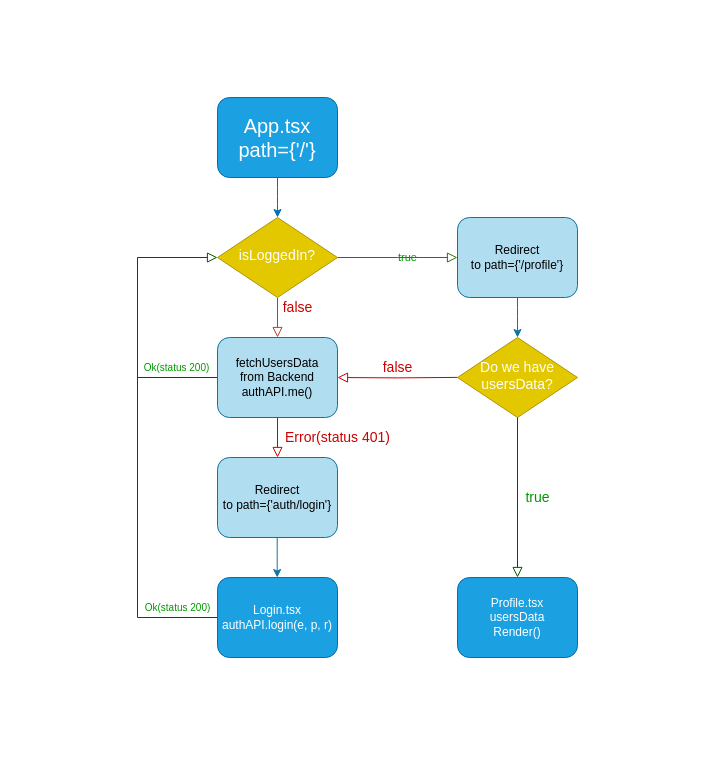
Before: Untitled Diagram.drawio in collabincubator/incu-cards, a draw.io diagram. Source tidied: cells renumbered, new cells numbered last; positions are measured from the earlier drawing's top-left corner, leaving out a move shared by most shapes. Both pictures are drawn from the tidied source at 100%, with x=0, y=0 at pixel (137, 97).
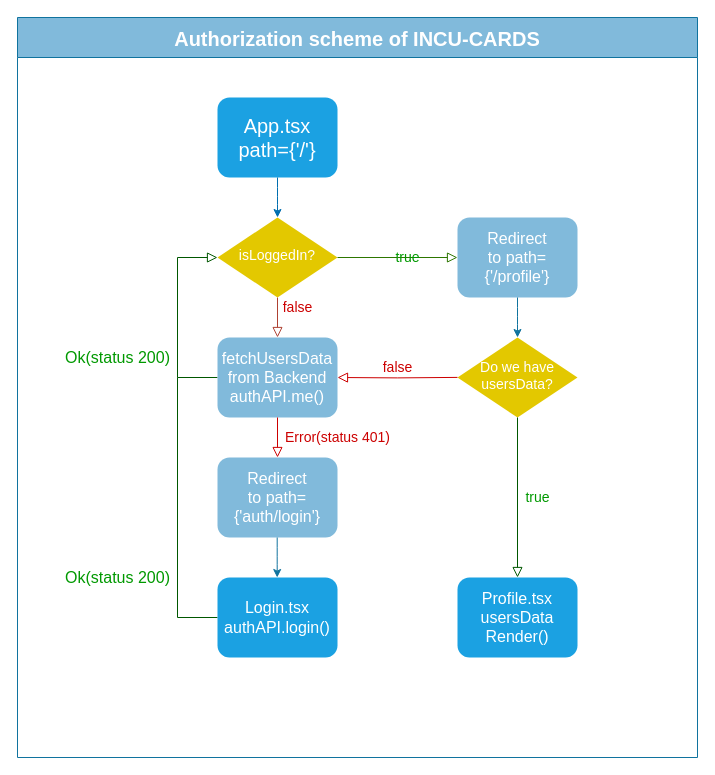
After the change.

The edit, as a diff of the source:
```diff
@@
-    <mxCell id="2" value="App.tsx&lt;br style=&quot;font-size: 20px;&quot;&gt;path={'/'}" style="rounded=1;whiteSpace=wrap;html=1;fontSize=20;glass=0;strokeWidth=1;shadow=0;fillColor=#1ba1e2;strokeColor=#006EAF;fontColor=#ffffff;" parent="1" vertex="1">
+    <mxCell id="2" value="App.tsx&lt;br style=&quot;font-size: 20px;&quot;&gt;path={'/'}" style="rounded=1;whiteSpace=wrap;html=1;fontSize=20;glass=0;strokeWidth=1;shadow=0;fillColor=#1ba1e2;fontColor=#ffffff;strokeColor=none;" parent="1" vertex="1">
       <mxGeometry x="80" width="120" height="80" as="geometry" />
     </mxCell>
-    <mxCell id="3" value="false" style="edgeStyle=orthogonalEdgeStyle;rounded=0;html=1;jettySize=auto;fontSize=14;endArrow=block;endFill=0;endSize=8;strokeWidth=1;shadow=0;labelBackgroundColor=none;fillColor=#fad9d5;strokeColor=#ae4132;fontColor=#CC0000;" parent="1" edge="1" source="4" target="10">
+    <mxCell id="3" value="false" style="edgeStyle=orthogonalEdgeStyle;rounded=0;html=1;jettySize=auto;fontSize=14;endArrow=block;endFill=0;endSize=8;strokeWidth=1;shadow=0;labelBackgroundColor=none;fillColor=#fad9d5;strokeColor=#ae4132;fontColor=#CC0000;fontStyle=0;" parent="1" edge="1" source="4" target="10">
       <mxGeometry x="-0.5" y="20" relative="1" as="geometry" />
     </mxCell>
-    <mxCell id="4" value="isLoggedIn?" style="rhombus;whiteSpace=wrap;html=1;shadow=0;fontFamily=Helvetica;fontSize=14;align=center;strokeWidth=1;spacing=6;spacingTop=-4;fillColor=#e3c800;strokeColor=#B09500;fontColor=#FFFFFF;" parent="1" vertex="1">
+    <mxCell id="4" value="&lt;font style=&quot;font-size: 14px;&quot;&gt;isLoggedIn?&lt;/font&gt;" style="rhombus;whiteSpace=wrap;html=1;shadow=0;fontFamily=Helvetica;fontSize=14;align=center;strokeWidth=1;spacing=6;spacingTop=-4;fillColor=#e3c800;strokeColor=none;fontColor=#FFFFFF;" parent="1" vertex="1">
       <mxGeometry x="80" y="120" width="120" height="80" as="geometry" />
     </mxCell>
-    <mxCell id="5" value="Redirect&lt;br&gt;to path={'/profile'}" style="rounded=1;whiteSpace=wrap;html=1;fontSize=12;glass=0;strokeWidth=1;shadow=0;fillColor=#b1ddf0;strokeColor=#10739e;" parent="1" vertex="1">
+    <mxCell id="5" value="Redirect&lt;br style=&quot;font-size: 16px;&quot;&gt;to path={'/profile'}" style="rounded=1;whiteSpace=wrap;html=1;fontSize=16;glass=0;strokeWidth=1;shadow=0;strokeColor=none;fontColor=#FFFFFF;fillColor=#81BADB;" parent="1" vertex="1">
       <mxGeometry x="320" y="120" width="120" height="80" as="geometry" />
     </mxCell>
-    <mxCell id="6" value="&lt;font style=&quot;font-size: 10px&quot;&gt;Ok(status 200)&lt;/font&gt;" style="rounded=0;html=1;jettySize=auto;fontSize=11;endArrow=block;endFill=0;endSize=8;strokeWidth=1;shadow=0;labelBackgroundColor=none;edgeStyle=orthogonalEdgeStyle;entryX=0;entryY=0.5;entryDx=0;entryDy=0;exitX=0;exitY=0.5;exitDx=0;exitDy=0;fillColor=#008a00;strokeColor=#005700;fontColor=#009900;" parent="1" edge="1" source="10" target="4">
-      <mxGeometry x="-0.71" y="-10" relative="1" as="geometry">
+    <mxCell id="6" value="&lt;font style=&quot;font-size: 16px&quot;&gt;Ok(status 200)&lt;/font&gt;" style="rounded=0;html=1;jettySize=auto;fontSize=11;endArrow=block;endFill=0;endSize=8;strokeWidth=1;shadow=0;labelBackgroundColor=none;edgeStyle=orthogonalEdgeStyle;entryX=0;entryY=0.5;entryDx=0;entryDy=0;exitX=0;exitY=0.5;exitDx=0;exitDy=0;fillColor=#008a00;strokeColor=#005700;fontColor=#009900;fontStyle=0;" parent="1" edge="1" source="10" target="4">
+      <mxGeometry x="-0.4" y="60" relative="1" as="geometry">
         <Array as="points">
-          <mxPoint y="280" />
-          <mxPoint y="160" />
+          <mxPoint x="40" y="280" />
+          <mxPoint x="40" y="160" />
         </Array>
       </mxGeometry>
     </mxCell>
-    <mxCell id="7" value="true" style="edgeStyle=orthogonalEdgeStyle;rounded=0;html=1;jettySize=auto;fontSize=11;endArrow=block;endFill=0;endSize=8;strokeWidth=1;shadow=0;labelBackgroundColor=none;exitX=1;exitY=0.5;exitDx=0;exitDy=0;fillColor=#60a917;strokeColor=#2D7600;fontColor=#009900;" parent="1" edge="1" source="4">
+    <mxCell id="7" value="true" style="edgeStyle=orthogonalEdgeStyle;rounded=0;html=1;jettySize=auto;fontSize=14;endArrow=block;endFill=0;endSize=8;strokeWidth=1;shadow=0;labelBackgroundColor=none;exitX=1;exitY=0.5;exitDx=0;exitDy=0;fillColor=#60a917;strokeColor=#2D7600;fontColor=#009900;fontStyle=0;" parent="1" edge="1" source="4">
       <mxGeometry y="10" relative="1" as="geometry">
         <mxPoint x="320" y="160" as="targetPoint" />
       </mxGeometry>
     </mxCell>
-    <mxCell id="8" value="&lt;font style=&quot;font-size: 14px;&quot;&gt;Do we have&lt;br style=&quot;font-size: 14px;&quot;&gt;usersData?&lt;br style=&quot;font-size: 14px;&quot;&gt;&lt;/font&gt;" style="rhombus;whiteSpace=wrap;html=1;shadow=0;fontFamily=Helvetica;fontSize=14;align=center;strokeWidth=1;spacing=6;spacingTop=-4;fillColor=#e3c800;strokeColor=#B09500;fontColor=#FFFFFF;" parent="1" vertex="1">
+    <mxCell id="8" value="&lt;font style=&quot;font-size: 14px;&quot;&gt;Do we have&lt;br style=&quot;font-size: 14px;&quot;&gt;usersData?&lt;br style=&quot;font-size: 14px;&quot;&gt;&lt;/font&gt;" style="rhombus;whiteSpace=wrap;html=1;shadow=0;fontFamily=Helvetica;fontSize=14;align=center;strokeWidth=1;spacing=6;spacingTop=-4;fillColor=#e3c800;strokeColor=none;fontColor=#FFFFFF;" parent="1" vertex="1">
       <mxGeometry x="320" y="240" width="120" height="80" as="geometry" />
     </mxCell>
-    <mxCell id="9" value="Profile.tsx&lt;br&gt;usersData&lt;br&gt;Render()" style="rounded=1;whiteSpace=wrap;html=1;fontSize=12;glass=0;strokeWidth=1;shadow=0;fillColor=#1ba1e2;strokeColor=#006EAF;fontColor=#ffffff;" parent="1" vertex="1">
+    <mxCell id="9" value="&lt;font style=&quot;font-size: 16px&quot;&gt;Profile.tsx&lt;br&gt;usersData&lt;br&gt;Render()&lt;/font&gt;" style="rounded=1;whiteSpace=wrap;html=1;fontSize=12;glass=0;strokeWidth=1;shadow=0;fillColor=#1ba1e2;fontColor=#ffffff;strokeColor=none;" parent="1" vertex="1">
       <mxGeometry x="320" y="480" width="120" height="80" as="geometry" />
     </mxCell>
-    <mxCell id="10" value="fetchUsersData&lt;br&gt;from Backend&lt;br&gt;authAPI.me()" style="rounded=1;whiteSpace=wrap;html=1;fontSize=12;glass=0;strokeWidth=1;shadow=0;fillColor=#b1ddf0;strokeColor=#10739E;" parent="1" vertex="1">
+    <mxCell id="10" value="&lt;font style=&quot;font-size: 16px&quot; color=&quot;#ffffff&quot;&gt;fetchUsersData&lt;br&gt;from Backend&lt;br&gt;authAPI.me()&lt;/font&gt;" style="rounded=1;whiteSpace=wrap;html=1;fontSize=12;glass=0;strokeWidth=1;shadow=0;strokeColor=none;fillColor=#81BADB;" parent="1" vertex="1">
       <mxGeometry x="80" y="240" width="120" height="80" as="geometry" />
     </mxCell>
@@
-    <mxCell id="13" value="true" style="edgeStyle=orthogonalEdgeStyle;rounded=0;html=1;jettySize=auto;fontSize=14;endArrow=block;endFill=0;endSize=8;strokeWidth=1;shadow=0;labelBackgroundColor=none;exitX=0.5;exitY=1;exitDx=0;exitDy=0;entryX=0.5;entryY=0;entryDx=0;entryDy=0;fillColor=#008a00;strokeColor=#005700;fontColor=#009900;" parent="1" edge="1" source="8" target="9">
+    <mxCell id="13" value="true" style="edgeStyle=orthogonalEdgeStyle;rounded=0;html=1;jettySize=auto;fontSize=14;endArrow=block;endFill=0;endSize=8;strokeWidth=1;shadow=0;labelBackgroundColor=none;exitX=0.5;exitY=1;exitDx=0;exitDy=0;entryX=0.5;entryY=0;entryDx=0;entryDy=0;fillColor=#008a00;strokeColor=#005700;fontColor=#009900;fontStyle=0;" parent="1" edge="1" source="8" target="9">
       <mxGeometry y="20" relative="1" as="geometry" />
     </mxCell>
-    <mxCell id="14" value="false" style="edgeStyle=orthogonalEdgeStyle;rounded=0;html=1;jettySize=auto;fontSize=14;endArrow=block;endFill=0;endSize=8;strokeWidth=1;shadow=0;labelBackgroundColor=none;entryX=1;entryY=0.5;entryDx=0;entryDy=0;fillColor=#a20025;fontColor=#CC0000;strokeColor=#CC0000;" parent="1" edge="1" target="10">
+    <mxCell id="14" value="false" style="edgeStyle=orthogonalEdgeStyle;rounded=0;html=1;jettySize=auto;fontSize=14;endArrow=block;endFill=0;endSize=8;strokeWidth=1;shadow=0;labelBackgroundColor=none;entryX=1;entryY=0.5;entryDx=0;entryDy=0;fillColor=#a20025;fontColor=#CC0000;strokeColor=#CC0000;fontStyle=0;" parent="1" edge="1" target="10">
       <mxGeometry y="-10" relative="1" as="geometry">
         <mxPoint x="320" y="279.9" as="sourcePoint" />
       </mxGeometry>
     </mxCell>
-    <mxCell id="15" value="Error(status 401)" style="edgeStyle=orthogonalEdgeStyle;rounded=0;html=1;jettySize=auto;fontSize=14;endArrow=block;endFill=0;endSize=8;strokeWidth=1;shadow=0;labelBackgroundColor=none;exitX=0.5;exitY=1;exitDx=0;exitDy=0;entryX=0.5;entryY=0;entryDx=0;entryDy=0;fontColor=#CC0000;strokeColor=#CC0000;" parent="1" edge="1" source="10" target="16">
+    <mxCell id="15" value="Error(status 401)" style="edgeStyle=orthogonalEdgeStyle;rounded=0;html=1;jettySize=auto;fontSize=14;endArrow=block;endFill=0;endSize=8;strokeWidth=1;shadow=0;labelBackgroundColor=none;exitX=0.5;exitY=1;exitDx=0;exitDy=0;entryX=0.5;entryY=0;entryDx=0;entryDy=0;fontColor=#CC0000;strokeColor=#CC0000;fontStyle=0;" parent="1" edge="1" source="10" target="16">
       <mxGeometry y="60" relative="1" as="geometry" />
     </mxCell>
-    <mxCell id="16" value="Redirect&lt;br&gt;to path={'auth/login'}" style="rounded=1;whiteSpace=wrap;html=1;fillColor=#b1ddf0;strokeColor=#10739e;" parent="1" vertex="1">
+    <mxCell id="16" value="&lt;font style=&quot;font-size: 16px&quot; color=&quot;#ffffff&quot;&gt;Redirect&lt;br&gt;to path={'auth/login'}&lt;/font&gt;" style="rounded=1;whiteSpace=wrap;html=1;strokeColor=none;fillColor=#81BADB;" parent="1" vertex="1">
       <mxGeometry x="80" y="360" width="120" height="80" as="geometry" />
     </mxCell>
-    <mxCell id="17" value="&lt;font style=&quot;font-size: 10px&quot;&gt;Ok(status 200)&lt;/font&gt;" style="rounded=0;html=1;jettySize=auto;fontSize=11;endArrow=none;endFill=0;endSize=8;strokeWidth=1;shadow=0;labelBackgroundColor=none;edgeStyle=orthogonalEdgeStyle;fillColor=#008a00;strokeColor=#005700;fontColor=#009900;exitX=0;exitY=0.5;exitDx=0;exitDy=0;" parent="1" edge="1" source="18">
-      <mxGeometry x="-0.82" y="-10" relative="1" as="geometry">
-        <mxPoint y="160" as="targetPoint" />
+    <mxCell id="17" value="&lt;font style=&quot;font-size: 16px&quot;&gt;Ok(status 200)&lt;/font&gt;" style="rounded=0;html=1;jettySize=auto;fontSize=11;endArrow=none;endFill=0;endSize=8;strokeWidth=1;shadow=0;labelBackgroundColor=none;edgeStyle=orthogonalEdgeStyle;fillColor=#008a00;strokeColor=#005700;fontColor=#009900;exitX=0;exitY=0.5;exitDx=0;exitDy=0;fontStyle=0;" parent="1" edge="1" source="18">
+      <mxGeometry x="-0.43" y="60" relative="1" as="geometry">
+        <mxPoint x="40" y="280" as="targetPoint" />
         <Array as="points">
-          <mxPoint y="520" />
+          <mxPoint x="40" y="520" />
         </Array>
       </mxGeometry>
     </mxCell>
-    <mxCell id="18" value="Login.tsx&lt;br&gt;authAPI.login(e, p, r)" style="rounded=1;whiteSpace=wrap;html=1;fillColor=#1ba1e2;strokeColor=#006EAF;fontColor=#ffffff;" parent="1" vertex="1">
+    <mxCell id="18" value="&lt;font style=&quot;font-size: 16px&quot;&gt;Login.tsx&lt;br&gt;authAPI.login()&lt;/font&gt;" style="rounded=1;whiteSpace=wrap;html=1;fillColor=#1ba1e2;fontColor=#ffffff;strokeColor=none;" parent="1" vertex="1">
       <mxGeometry x="80" y="480" width="120" height="80" as="geometry" />
     </mxCell>
@@
+    <mxCell id="20" value="Authorization scheme of INCU-CARDS" style="swimlane;fontSize=20;fontColor=#FFFFFF;strokeColor=#10739E;fillColor=#81BADB;gradientColor=none;startSize=40;" parent="1" vertex="1">
+      <mxGeometry x="-120" y="-80" width="680" height="740" as="geometry" />
+    </mxCell>
```
